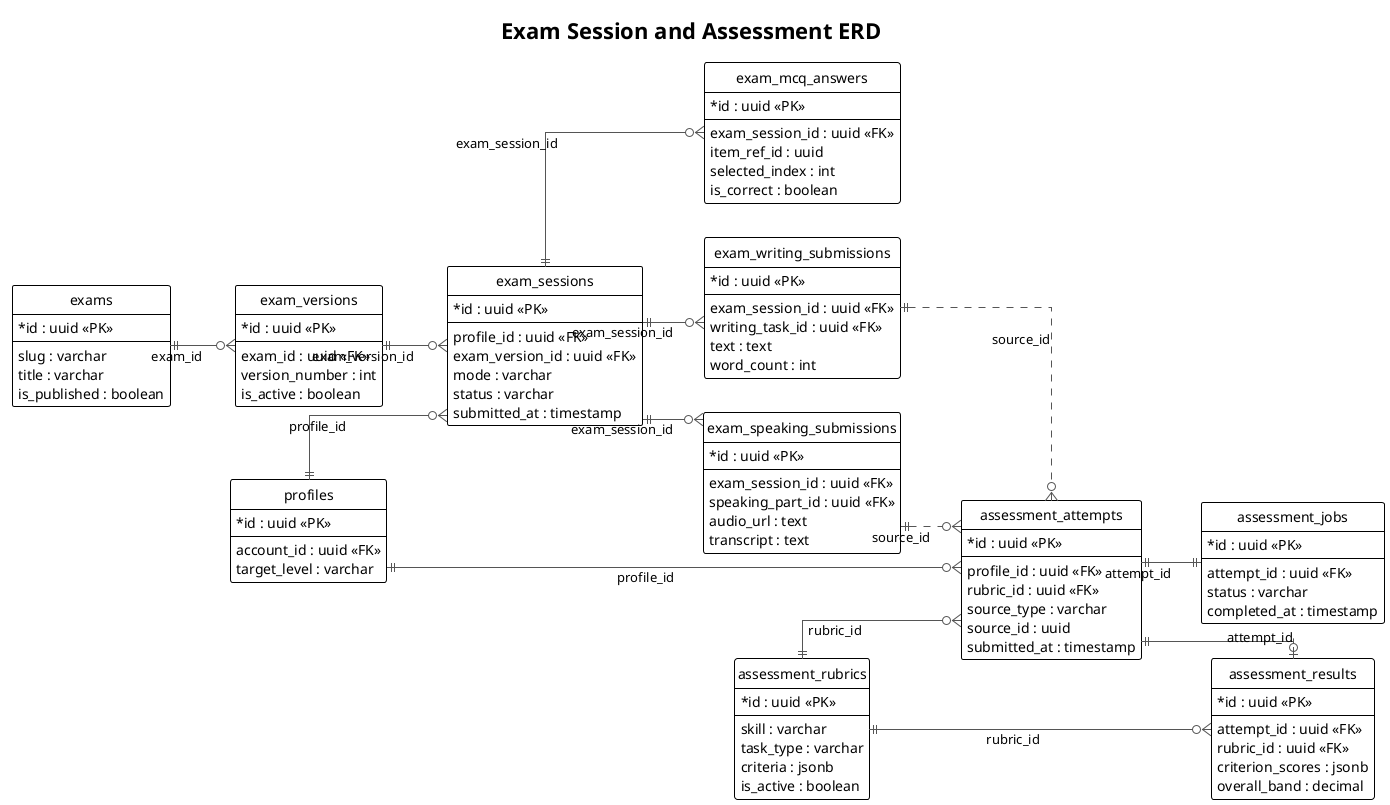
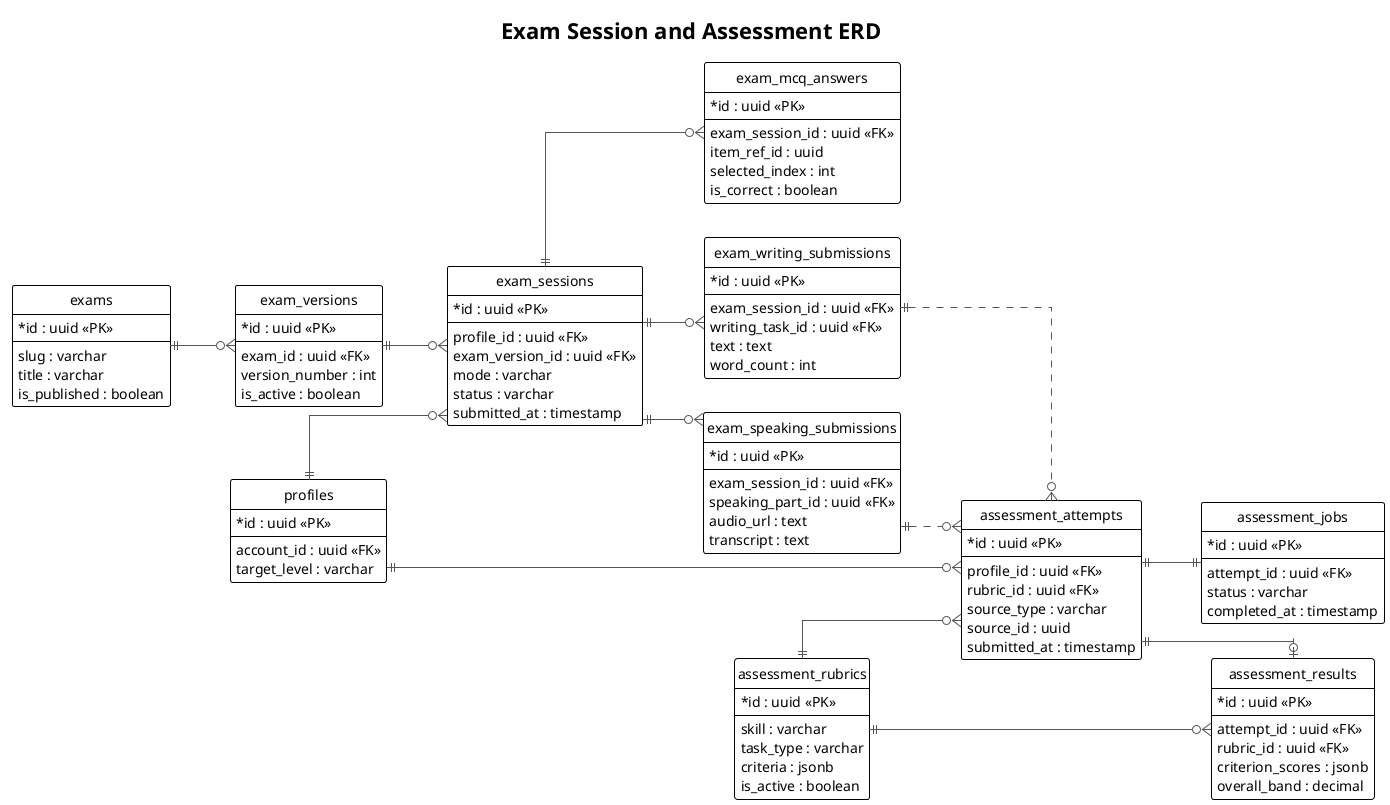
@startuml
!theme plain
left to right direction
hide circle
skinparam shadowing false
skinparam defaultFontName Arial
skinparam linetype ortho
skinparam classAttributeIconSize 0
skinparam ArrowColor #555555

title Exam Session and Assessment ERD

entity "profiles" as profiles {
  * id : uuid <<PK>>
  --
  account_id : uuid <<FK>>
  target_level : varchar
}

entity "exams" as exams {
  * id : uuid <<PK>>
  --
  slug : varchar
  title : varchar
  is_published : boolean
}

entity "exam_versions" as exam_versions {
  * id : uuid <<PK>>
  --
  exam_id : uuid <<FK>>
  version_number : int
  is_active : boolean
}

entity "exam_sessions" as exam_sessions {
  * id : uuid <<PK>>
  --
  profile_id : uuid <<FK>>
  exam_version_id : uuid <<FK>>
  mode : varchar
  status : varchar
  submitted_at : timestamp
}

entity "exam_mcq_answers" as exam_mcq_answers {
  * id : uuid <<PK>>
  --
  exam_session_id : uuid <<FK>>
  item_ref_id : uuid
  selected_index : int
  is_correct : boolean
}

entity "exam_writing_submissions" as exam_writing {
  * id : uuid <<PK>>
  --
  exam_session_id : uuid <<FK>>
  writing_task_id : uuid <<FK>>
  text : text
  word_count : int
}

entity "exam_speaking_submissions" as exam_speaking {
  * id : uuid <<PK>>
  --
  exam_session_id : uuid <<FK>>
  speaking_part_id : uuid <<FK>>
  audio_url : text
  transcript : text
}

entity "assessment_rubrics" as rubrics {
  * id : uuid <<PK>>
  --
  skill : varchar
  task_type : varchar
  criteria : jsonb
  is_active : boolean
}

entity "assessment_attempts" as attempts {
  * id : uuid <<PK>>
  --
  profile_id : uuid <<FK>>
  rubric_id : uuid <<FK>>
  source_type : varchar
  source_id : uuid
  submitted_at : timestamp
}

entity "assessment_jobs" as jobs {
  * id : uuid <<PK>>
  --
  attempt_id : uuid <<FK>>
  status : varchar
  completed_at : timestamp
}

entity "assessment_results" as results {
  * id : uuid <<PK>>
  --
  attempt_id : uuid <<FK>>
  rubric_id : uuid <<FK>>
  criterion_scores : jsonb
  overall_band : decimal
}

- profiles ||--o{ exam_sessions : profile_id
- exams ||--o{ exam_versions : exam_id
- exam_versions ||--o{ exam_sessions : exam_version_id
- exam_sessions ||--o{ exam_mcq_answers : exam_session_id
- exam_sessions ||--o{ exam_writing : exam_session_id
- exam_sessions ||--o{ exam_speaking : exam_session_id
+ profiles ||--o{ exam_sessions
+ exams ||--o{ exam_versions
+ exam_versions ||--o{ exam_sessions
+ exam_sessions ||--o{ exam_mcq_answers
+ exam_sessions ||--o{ exam_writing
+ exam_sessions ||--o{ exam_speaking

- profiles ||--o{ attempts : profile_id
- rubrics ||--o{ attempts : rubric_id
- attempts ||--|| jobs : attempt_id
- attempts ||--o| results : attempt_id
- rubrics ||--o{ results : rubric_id
+ profiles ||--o{ attempts
+ rubrics ||--o{ attempts
+ attempts ||--|| jobs
+ attempts ||--o| results
+ rubrics ||--o{ results

- exam_writing ||..o{ attempts : source_id
- exam_speaking ||..o{ attempts : source_id
+ exam_writing ||..o{ attempts
+ exam_speaking ||..o{ attempts

@enduml
